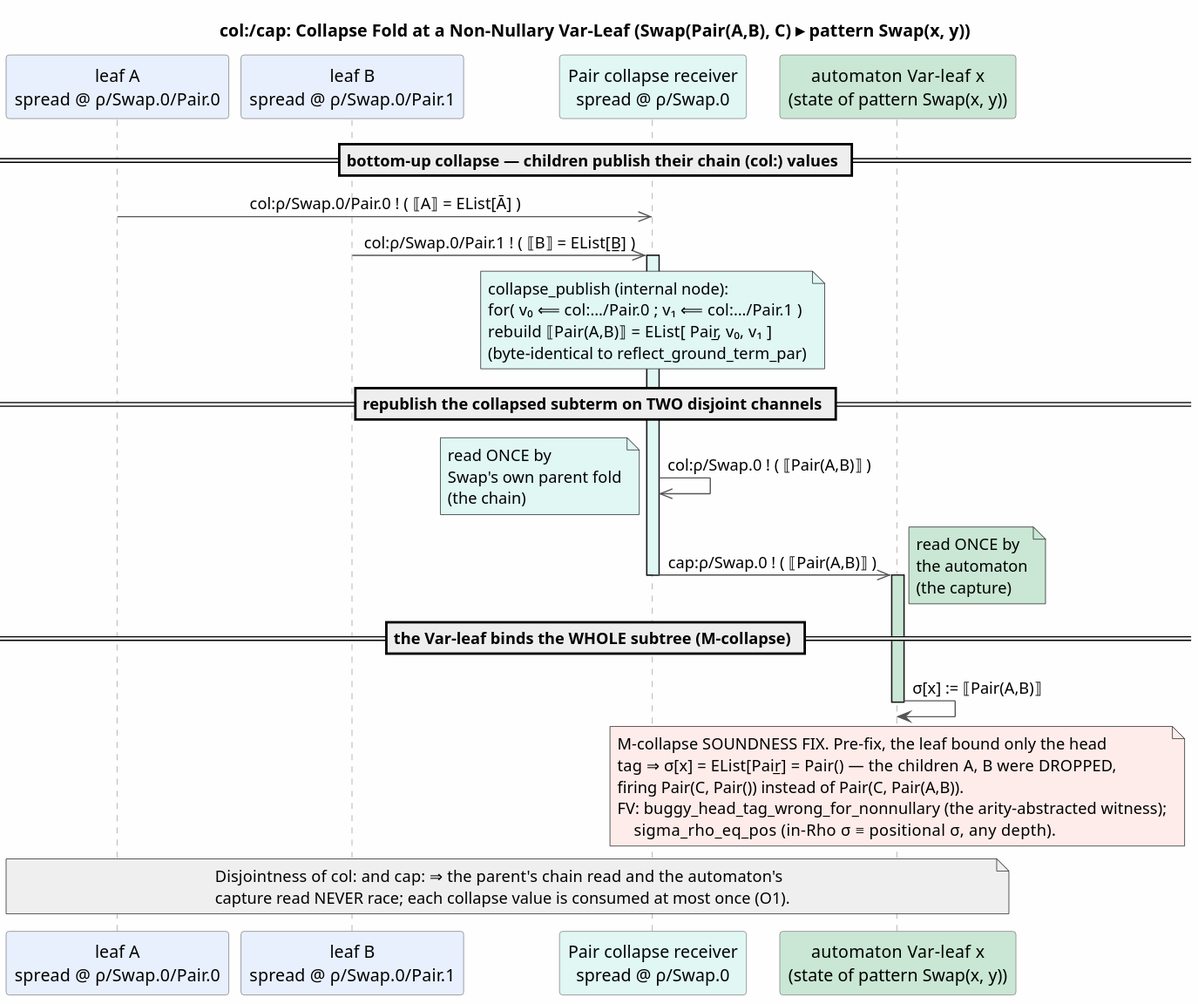
This is docs/architecture/rho-native-integration/figures/in-rho-base-matching-collapse-fold.svg from F1R3FLY-io/mettail-rust, a PlantUML export, as it was before one commit. The source it was exported from:
```plantuml
@startuml
skinparam backgroundColor #FEFEFE
skinparam defaultFontName sans
skinparam shadowing false
skinparam sequenceMessageAlign center
skinparam sequence {
  ArrowColor #555555
  LifeLineBorderColor #9A9A9A
  ParticipantBorderColor #7A7A7A
}

title col:/cap: Collapse Fold at a Non-Nullary Var-Leaf  (Swap(Pair(A,B), C) ▸ pattern Swap(x, y))

participant "leaf A\nspread @ ρ/Swap.0/Pair.0" as A #E8F0FE
participant "leaf B\nspread @ ρ/Swap.0/Pair.1" as B #E8F0FE
participant "Pair collapse receiver\nspread @ ρ/Swap.0" as P #E0F7F4
participant "automaton Var-leaf  x\n(state of pattern Swap(x, y))" as X #C9E7D4

== bottom-up collapse — children publish their chain (col:) values ==
A ->> P : col:ρ/Swap.0/Pair.0 ! ( ⟦A⟧ = EList[Ā] )
B ->> P : col:ρ/Swap.0/Pair.1 ! ( ⟦B⟧ = EList[B̲] )
activate P #E0F7F4
note over P #E0F7F4
  collapse_publish (internal node):
  for( v₀ ⟸ col:…/Pair.0 ; v₁ ⟸ col:…/Pair.1 )
  rebuild  ⟦Pair(A,B)⟧ = EList[ Pair̲, v₀, v₁ ]
  (byte-identical to reflect_ground_term_par)
end note

== republish the collapsed subterm on TWO disjoint channels ==
P ->> P : col:ρ/Swap.0 ! ( ⟦Pair(A,B)⟧ )
note left #E0F7F4: read ONCE by\nSwap's own parent fold\n(the chain)
P ->> X : cap:ρ/Swap.0 ! ( ⟦Pair(A,B)⟧ )
deactivate P
note right #C9E7D4: read ONCE by\nthe automaton\n(the capture)

== the Var-leaf binds the WHOLE subtree (M-collapse) ==
activate X #C9E7D4
X -> X : σ[x] := ⟦Pair(A,B)⟧
note over X #FDECEA
  M-collapse SOUNDNESS FIX.  Pre-fix, the leaf bound only the head
  tag ⇒  σ[x] = EList[Pair̲] = Pair()  — the children A, B were DROPPED,
  firing Pair(C, Pair()) instead of Pair(C, Pair(A,B)).
  FV: buggy_head_tag_wrong_for_nonnullary  (the arity-abstracted witness);
      sigma_rho_eq_pos  (in-Rho σ  ≡  positional σ, any depth).
end note
deactivate X

note across #EFEFEF
  Disjointness of col: and cap:  ⇒  the parent's chain read and the automaton's
  capture read NEVER race; each collapse value is consumed at most once (O1).
end note
@enduml
```
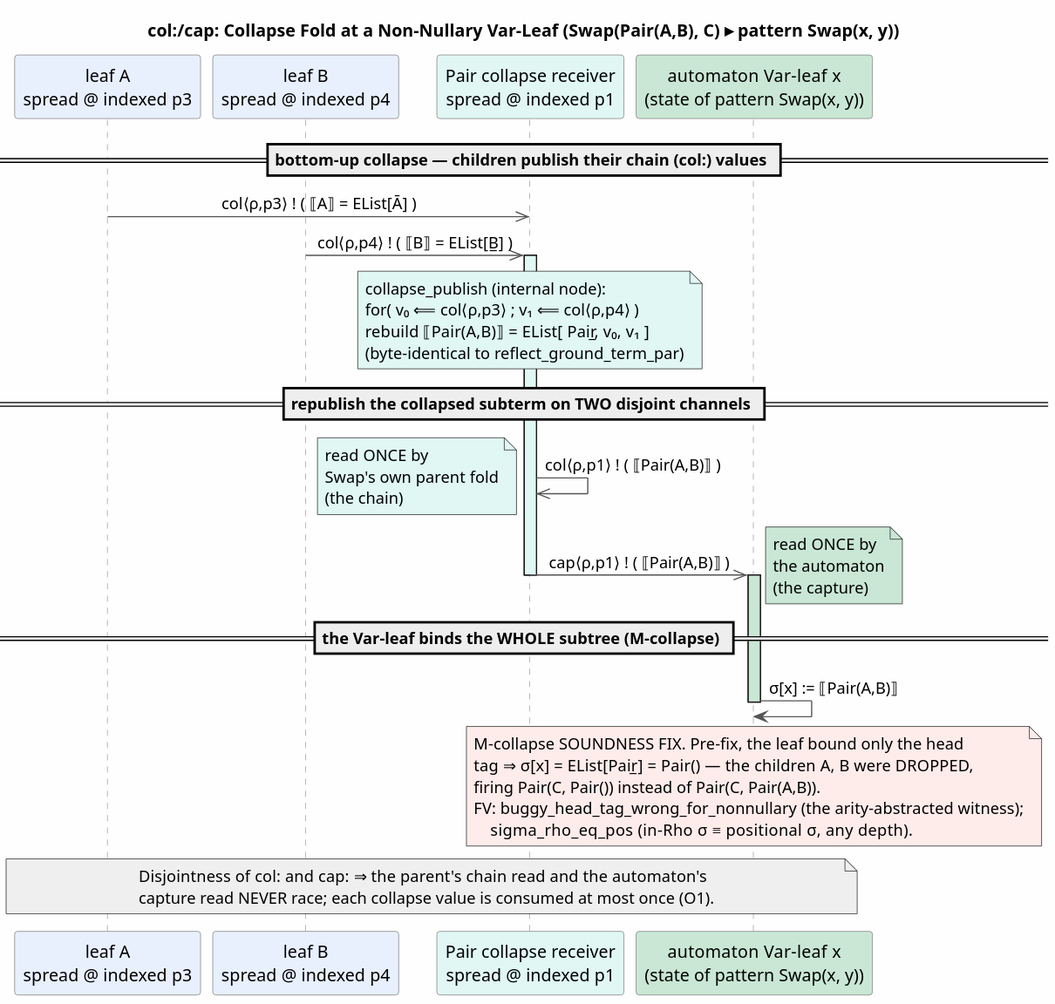
The same diagram one commit later.

What changed in the source:
```diff
@@ -11,26 +11,26 @@
 
 title col:/cap: Collapse Fold at a Non-Nullary Var-Leaf  (Swap(Pair(A,B), C) ▸ pattern Swap(x, y))
 
-participant "leaf A\nspread @ ρ/Swap.0/Pair.0" as A #E8F0FE
-participant "leaf B\nspread @ ρ/Swap.0/Pair.1" as B #E8F0FE
-participant "Pair collapse receiver\nspread @ ρ/Swap.0" as P #E0F7F4
+participant "leaf A\nspread @ indexed p3" as A #E8F0FE
+participant "leaf B\nspread @ indexed p4" as B #E8F0FE
+participant "Pair collapse receiver\nspread @ indexed p1" as P #E0F7F4
 participant "automaton Var-leaf  x\n(state of pattern Swap(x, y))" as X #C9E7D4
 
 == bottom-up collapse — children publish their chain (col:) values ==
-A ->> P : col:ρ/Swap.0/Pair.0 ! ( ⟦A⟧ = EList[Ā] )
-B ->> P : col:ρ/Swap.0/Pair.1 ! ( ⟦B⟧ = EList[B̲] )
+A ->> P : col⟨ρ,p3⟩ ! ( ⟦A⟧ = EList[Ā] )
+B ->> P : col⟨ρ,p4⟩ ! ( ⟦B⟧ = EList[B̲] )
 activate P #E0F7F4
 note over P #E0F7F4
   collapse_publish (internal node):
-  for( v₀ ⟸ col:…/Pair.0 ; v₁ ⟸ col:…/Pair.1 )
+  for( v₀ ⟸ col⟨ρ,p3⟩ ; v₁ ⟸ col⟨ρ,p4⟩ )
   rebuild  ⟦Pair(A,B)⟧ = EList[ Pair̲, v₀, v₁ ]
   (byte-identical to reflect_ground_term_par)
 end note
 
 == republish the collapsed subterm on TWO disjoint channels ==
-P ->> P : col:ρ/Swap.0 ! ( ⟦Pair(A,B)⟧ )
+P ->> P : col⟨ρ,p1⟩ ! ( ⟦Pair(A,B)⟧ )
 note left #E0F7F4: read ONCE by\nSwap's own parent fold\n(the chain)
-P ->> X : cap:ρ/Swap.0 ! ( ⟦Pair(A,B)⟧ )
+P ->> X : cap⟨ρ,p1⟩ ! ( ⟦Pair(A,B)⟧ )
 deactivate P
 note right #C9E7D4: read ONCE by\nthe automaton\n(the capture)
 
```
